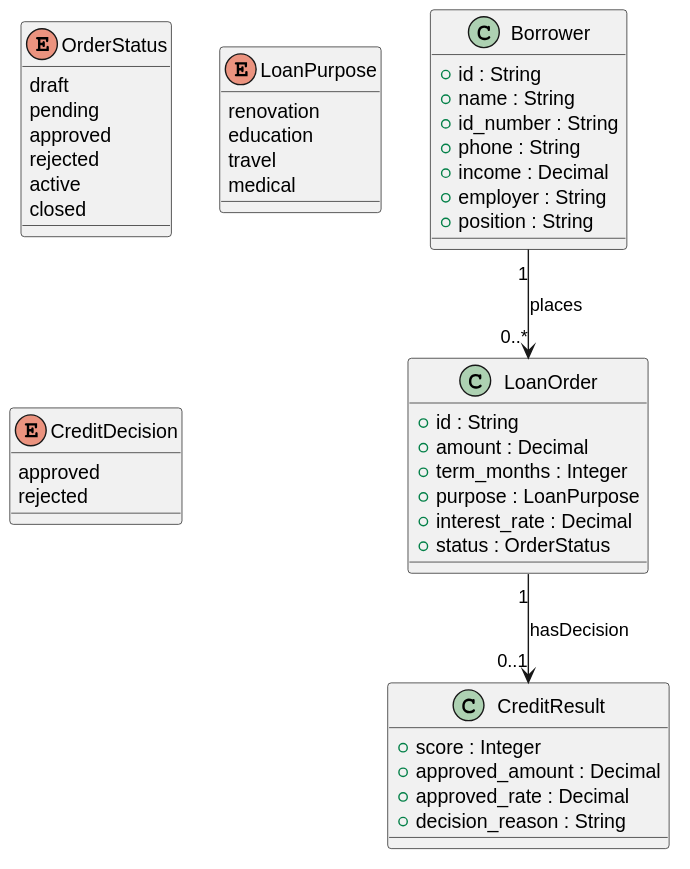
This is research/requirement-to-spec/cases/loan-system/formal/concept-model.svg from fisheryu-cn1/AI-Coding-Engineering, a PlantUML export, as it was before one commit.
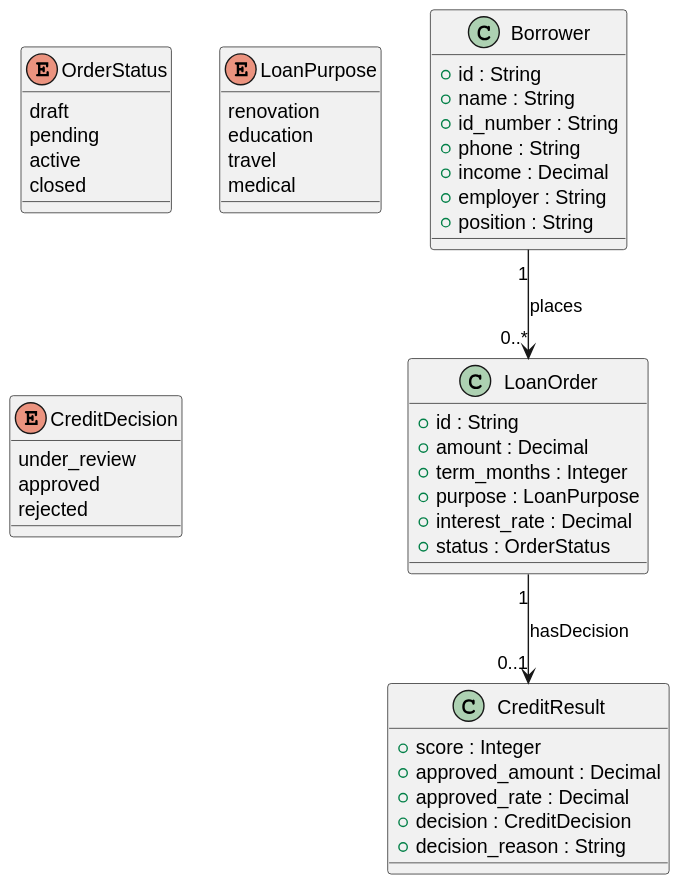
After the change.

Diff of the diagram source:
```diff
@@ -23,14 +23,13 @@
   +score : Integer
   +approved_amount : Decimal
   +approved_rate : Decimal
+  +decision : CreditDecision
   +decision_reason : String
 }
 
 enum OrderStatus {
   draft
   pending
-  approved
-  rejected
   active
   closed
 }
@@ -41,6 +40,7 @@
   medical
 }
 enum CreditDecision {
+  under_review
   approved
   rejected
 }
```
